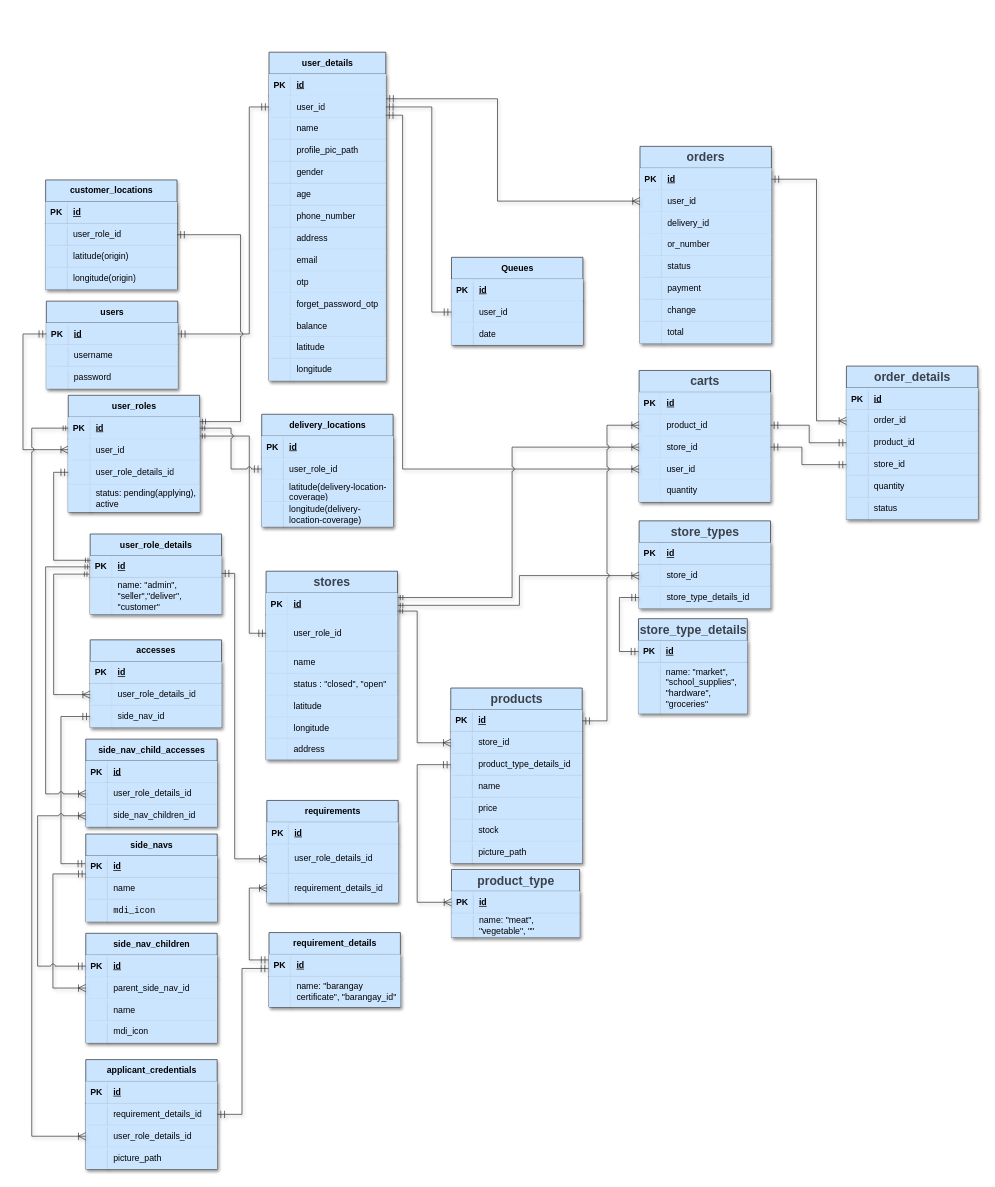
This is documentation/e-palengke-erd.drawio from DanerisMendoza/e-palengke-back, a draw.io file, before an edit. Source tidied: cells renumbered, new cells numbered last; positions are measured from the earlier drawing's top-left corner, leaving out a move shared by most shapes. Both pictures are drawn from the tidied source at 73%, with x=0, y=0 at pixel (23, 52).
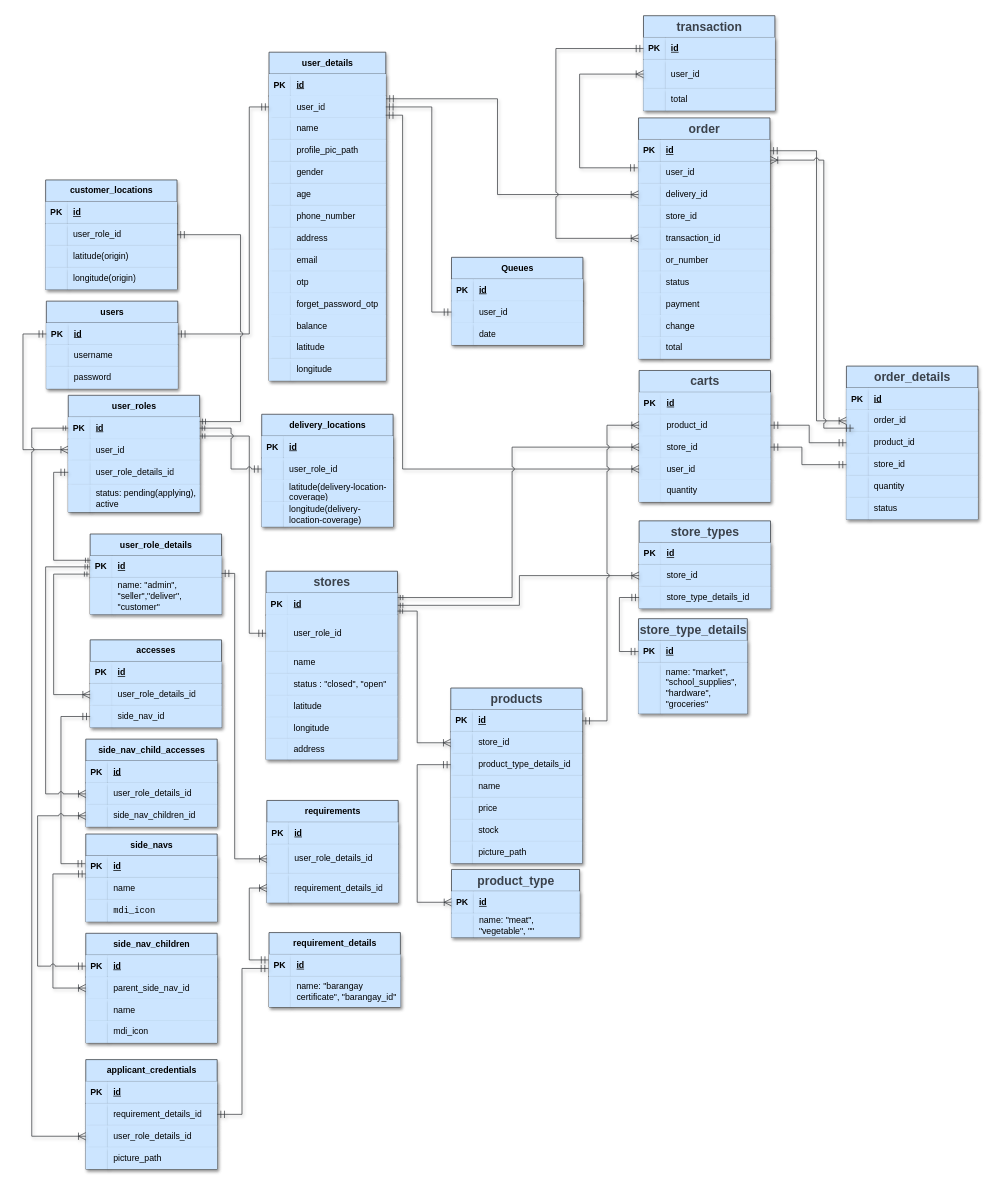
After the change.

Unchanged cells that the change refers to:
```xml
<mxCell id="136" style="shape=tableRow;horizontal=0;startSize=0;swimlaneHead=0;swimlaneBody=0;fillColor=#cce5ff;points=[[0,0.5],[1,0.5]];portConstraint=eastwest;top=0;left=0;right=0;bottom=0;shadow=1;strokeColor=#36393d;" parent="132" vertex="1">
  <mxGeometry y="60" width="160" height="30" as="geometry" />
</mxCell>
<mxCell id="260" style="shape=tableRow;horizontal=0;startSize=0;swimlaneHead=0;swimlaneBody=0;fillColor=#cce5ff;points=[[0,0.5],[1,0.5]];portConstraint=eastwest;top=0;left=0;right=0;bottom=1;shadow=1;strokeColor=#36393d;" parent="259" vertex="1">
  <mxGeometry y="30" width="180" height="30" as="geometry" />
</mxCell>
<mxCell id="263" style="shape=tableRow;horizontal=0;startSize=0;swimlaneHead=0;swimlaneBody=0;fillColor=#cce5ff;points=[[0,0.5],[1,0.5]];portConstraint=eastwest;top=0;left=0;right=0;bottom=0;shadow=1;strokeColor=#36393d;" parent="259" vertex="1">
  <mxGeometry y="60" width="180" height="30" as="geometry" />
</mxCell>
<mxCell id="266" style="shape=tableRow;horizontal=0;startSize=0;swimlaneHead=0;swimlaneBody=0;fillColor=#cce5ff;points=[[0,0.5],[1,0.5]];portConstraint=eastwest;top=0;left=0;right=0;bottom=0;shadow=1;strokeColor=#36393d;" parent="259" vertex="1">
  <mxGeometry y="90" width="180" height="30" as="geometry" />
</mxCell>
```

Diff of the diagram source:
```diff
@@
-    <mxCell id="259" value="&lt;font color=&quot;#3a414a&quot;&gt;&lt;span style=&quot;font-size: 16.6667px;&quot;&gt;orders&lt;/span&gt;&lt;/font&gt;" style="shape=table;startSize=30;childLayout=tableLayout;rowLines=0;fontStyle=1;align=center;html=1;shadow=1;fillColor=#cce5ff;strokeColor=#36393d;" parent="1" vertex="1">
-      <mxGeometry x="845.2" y="129" width="180" height="270" as="geometry" />
+    <mxCell id="259" value="&lt;font color=&quot;#3a414a&quot;&gt;&lt;span style=&quot;font-size: 16.6667px;&quot;&gt;order&lt;/span&gt;&lt;/font&gt;" style="shape=table;startSize=30;childLayout=tableLayout;rowLines=0;fontStyle=1;align=center;html=1;shadow=1;fillColor=#cce5ff;strokeColor=#36393d;" parent="1" vertex="1">
+      <mxGeometry x="843.2" y="90" width="180" height="330" as="geometry" />
     </mxCell>
@@
+    <mxCell id="339" style="shape=tableRow;horizontal=0;startSize=0;swimlaneHead=0;swimlaneBody=0;fillColor=#cce5ff;top=0;left=0;right=0;bottom=0;shadow=1;strokeColor=#36393d;" parent="259" vertex="1">
+      <mxGeometry y="120" width="180" height="30" as="geometry" />
+    </mxCell>
+    <mxCell id="340" style="shape=partialRectangle;fillColor=#cce5ff;top=0;left=0;bottom=0;right=0;overflow=hidden;whiteSpace=wrap;html=1;shadow=1;strokeColor=#36393d;" parent="339" vertex="1">
+      <mxGeometry width="30" height="30" as="geometry" />
+    </mxCell>
+    <mxCell id="341" value="store_id" style="shape=partialRectangle;fillColor=#cce5ff;top=0;left=0;bottom=0;right=0;align=left;spacingLeft=6;overflow=hidden;whiteSpace=wrap;html=1;shadow=1;strokeColor=#36393d;" parent="339" vertex="1">
+      <mxGeometry x="30" width="150" height="30" as="geometry" />
+    </mxCell>
+    <mxCell id="342" style="shape=tableRow;horizontal=0;startSize=0;swimlaneHead=0;swimlaneBody=0;fillColor=#cce5ff;top=0;left=0;right=0;bottom=0;shadow=1;strokeColor=#36393d;" parent="259" vertex="1">
+      <mxGeometry y="150" width="180" height="30" as="geometry" />
+    </mxCell>
+    <mxCell id="343" style="shape=partialRectangle;fillColor=#cce5ff;top=0;left=0;bottom=0;right=0;overflow=hidden;whiteSpace=wrap;html=1;shadow=1;strokeColor=#36393d;" parent="342" vertex="1">
+      <mxGeometry width="30" height="30" as="geometry" />
+    </mxCell>
+    <mxCell id="344" value="transaction_id" style="shape=partialRectangle;fillColor=#cce5ff;top=0;left=0;bottom=0;right=0;align=left;spacingLeft=6;overflow=hidden;whiteSpace=wrap;html=1;shadow=1;strokeColor=#36393d;" parent="342" vertex="1">
+      <mxGeometry x="30" width="150" height="30" as="geometry" />
+    </mxCell>
     <mxCell id="269" style="shape=tableRow;horizontal=0;startSize=0;swimlaneHead=0;swimlaneBody=0;fillColor=#cce5ff;top=0;left=0;right=0;bottom=0;shadow=1;strokeColor=#36393d;" parent="259" vertex="1">
-      <mxGeometry y="120" width="180" height="30" as="geometry" />
+      <mxGeometry y="180" width="180" height="30" as="geometry" />
     </mxCell>
@@
     <mxCell id="272" style="shape=tableRow;horizontal=0;startSize=0;swimlaneHead=0;swimlaneBody=0;fillColor=#cce5ff;top=0;left=0;right=0;bottom=0;shadow=1;strokeColor=#36393d;" parent="259" vertex="1">
-      <mxGeometry y="150" width="180" height="30" as="geometry" />
+      <mxGeometry y="210" width="180" height="30" as="geometry" />
     </mxCell>
@@
     <mxCell id="275" style="shape=tableRow;horizontal=0;startSize=0;swimlaneHead=0;swimlaneBody=0;fillColor=#cce5ff;top=0;left=0;right=0;bottom=0;shadow=1;strokeColor=#36393d;" parent="259" vertex="1">
-      <mxGeometry y="180" width="180" height="30" as="geometry" />
+      <mxGeometry y="240" width="180" height="30" as="geometry" />
     </mxCell>
@@
     <mxCell id="278" style="shape=tableRow;horizontal=0;startSize=0;swimlaneHead=0;swimlaneBody=0;fillColor=#cce5ff;top=0;left=0;right=0;bottom=0;shadow=1;strokeColor=#36393d;" parent="259" vertex="1">
-      <mxGeometry y="210" width="180" height="30" as="geometry" />
+      <mxGeometry y="270" width="180" height="30" as="geometry" />
     </mxCell>
@@
     <mxCell id="281" style="shape=tableRow;horizontal=0;startSize=0;swimlaneHead=0;swimlaneBody=0;fillColor=#cce5ff;top=0;left=0;right=0;bottom=0;shadow=1;strokeColor=#36393d;" parent="259" vertex="1">
-      <mxGeometry y="240" width="180" height="30" as="geometry" />
+      <mxGeometry y="300" width="180" height="30" as="geometry" />
     </mxCell>
@@
-    <mxCell id="286" style="fontSize=12;html=1;endArrow=ERoneToMany;startArrow=ERmandOne;rounded=0;startSize=8;endSize=8;exitX=1.002;exitY=0.127;exitDx=0;exitDy=0;endFill=0;edgeStyle=elbowEdgeStyle;exitPerimeter=0;entryX=0;entryY=0.5;entryDx=0;entryDy=0;shadow=1;fillColor=#cce5ff;strokeColor=#36393d;" parent="1" edge="1" source="136" target="263">
+    <mxCell id="286" style="fontSize=12;html=1;endArrow=ERoneToMany;startArrow=ERmandOne;rounded=0;startSize=8;endSize=8;exitX=1.002;exitY=0.127;exitDx=0;exitDy=0;endFill=0;edgeStyle=elbowEdgeStyle;exitPerimeter=0;entryX=0;entryY=0.5;entryDx=0;entryDy=0;shadow=1;fillColor=#cce5ff;strokeColor=#36393d;" parent="1" edge="1" source="136" target="266">
       <mxGeometry relative="1" as="geometry">
         <Array as="points">
           <mxPoint x="650" y="90" />
         </Array>
       </mxGeometry>
     </mxCell>
@@
+    <mxCell id="345" value="&lt;font color=&quot;#3a414a&quot;&gt;&lt;span style=&quot;font-size: 16.6667px;&quot;&gt;transaction&lt;/span&gt;&lt;/font&gt;" style="shape=table;startSize=30;childLayout=tableLayout;rowLines=0;fontStyle=1;align=center;html=1;shadow=1;fillColor=#cce5ff;strokeColor=#36393d;" parent="1" vertex="1">
+      <mxGeometry x="850" y="-50" width="180" height="130" as="geometry" />
+    </mxCell>
+    <mxCell id="346" style="shape=tableRow;horizontal=0;startSize=0;swimlaneHead=0;swimlaneBody=0;fillColor=#cce5ff;points=[[0,0.5],[1,0.5]];portConstraint=eastwest;top=0;left=0;right=0;bottom=1;shadow=1;strokeColor=#36393d;" parent="345" vertex="1">
+      <mxGeometry y="30" width="180" height="30" as="geometry" />
+    </mxCell>
+    <mxCell id="347" value="PK" style="shape=partialRectangle;fillColor=#cce5ff;top=0;left=0;bottom=0;right=0;fontStyle=1;overflow=hidden;whiteSpace=wrap;html=1;shadow=1;strokeColor=#36393d;" parent="346" vertex="1">
+      <mxGeometry width="30" height="30" as="geometry" />
+    </mxCell>
+    <mxCell id="348" value="id&lt;span data-lucid-content=&quot;{&amp;quot;t&amp;quot;:&amp;quot;id&amp;quot;,&amp;quot;m&amp;quot;:[{&amp;quot;s&amp;quot;:0,&amp;quot;n&amp;quot;:&amp;quot;c&amp;quot;,&amp;quot;v&amp;quot;:&amp;quot;3a414aff&amp;quot;,&amp;quot;e&amp;quot;:2},{&amp;quot;s&amp;quot;:0,&amp;quot;n&amp;quot;:&amp;quot;s&amp;quot;,&amp;quot;v&amp;quot;:22.22222222222222,&amp;quot;e&amp;quot;:2}]}&quot;&gt;&lt;/span&gt;&lt;span data-lucid-content=&quot;{&amp;quot;t&amp;quot;:&amp;quot;id&amp;quot;,&amp;quot;m&amp;quot;:[{&amp;quot;s&amp;quot;:0,&amp;quot;n&amp;quot;:&amp;quot;c&amp;quot;,&amp;quot;v&amp;quot;:&amp;quot;3a414aff&amp;quot;,&amp;quot;e&amp;quot;:2},{&amp;quot;s&amp;quot;:0,&amp;quot;n&amp;quot;:&amp;quot;s&amp;quot;,&amp;quot;v&amp;quot;:22.22222222222222,&amp;quot;e&amp;quot;:2}]}&quot;&gt;&lt;/span&gt;&lt;span data-lucid-content=&quot;{&amp;quot;t&amp;quot;:&amp;quot;id&amp;quot;,&amp;quot;m&amp;quot;:[{&amp;quot;s&amp;quot;:0,&amp;quot;n&amp;quot;:&amp;quot;c&amp;quot;,&amp;quot;v&amp;quot;:&amp;quot;3a414aff&amp;quot;,&amp;quot;e&amp;quot;:2},{&amp;quot;s&amp;quot;:0,&amp;quot;n&amp;quot;:&amp;quot;s&amp;quot;,&amp;quot;v&amp;quot;:22.22222222222222,&amp;quot;e&amp;quot;:2}]}&quot;&gt;&lt;/span&gt;&lt;span data-lucid-content=&quot;{&amp;quot;t&amp;quot;:&amp;quot;id&amp;quot;,&amp;quot;m&amp;quot;:[{&amp;quot;s&amp;quot;:0,&amp;quot;n&amp;quot;:&amp;quot;c&amp;quot;,&amp;quot;v&amp;quot;:&amp;quot;3a414aff&amp;quot;,&amp;quot;e&amp;quot;:2},{&amp;quot;s&amp;quot;:0,&amp;quot;n&amp;quot;:&amp;quot;s&amp;quot;,&amp;quot;v&amp;quot;:22.22222222222222,&amp;quot;e&amp;quot;:2}]}&quot;&gt;&lt;/span&gt;&lt;span data-lucid-content=&quot;{&amp;quot;t&amp;quot;:&amp;quot;id&amp;quot;,&amp;quot;m&amp;quot;:[{&amp;quot;s&amp;quot;:0,&amp;quot;n&amp;quot;:&amp;quot;c&amp;quot;,&amp;quot;v&amp;quot;:&amp;quot;3a414aff&amp;quot;,&amp;quot;e&amp;quot;:2},{&amp;quot;s&amp;quot;:0,&amp;quot;n&amp;quot;:&amp;quot;s&amp;quot;,&amp;quot;v&amp;quot;:22.22222222222222,&amp;quot;e&amp;quot;:2}]}&quot;&gt;&lt;/span&gt;" style="shape=partialRectangle;fillColor=#cce5ff;top=0;left=0;bottom=0;right=0;align=left;spacingLeft=6;fontStyle=5;overflow=hidden;whiteSpace=wrap;html=1;shadow=1;strokeColor=#36393d;" parent="346" vertex="1">
+      <mxGeometry x="30" width="150" height="30" as="geometry" />
+    </mxCell>
+    <mxCell id="349" style="shape=tableRow;horizontal=0;startSize=0;swimlaneHead=0;swimlaneBody=0;fillColor=#cce5ff;points=[[0,0.5],[1,0.5]];portConstraint=eastwest;top=0;left=0;right=0;bottom=0;shadow=1;strokeColor=#36393d;" parent="345" vertex="1">
+      <mxGeometry y="60" width="180" height="40" as="geometry" />
+    </mxCell>
+    <mxCell id="350" style="shape=partialRectangle;fillColor=#cce5ff;top=0;left=0;bottom=0;right=0;overflow=hidden;whiteSpace=wrap;html=1;shadow=1;strokeColor=#36393d;" parent="349" vertex="1">
+      <mxGeometry width="30" height="40" as="geometry" />
+    </mxCell>
+    <mxCell id="351" value="user_id" style="shape=partialRectangle;fillColor=#cce5ff;top=0;left=0;bottom=0;right=0;align=left;spacingLeft=6;overflow=hidden;whiteSpace=wrap;html=1;shadow=1;strokeColor=#36393d;" parent="349" vertex="1">
+      <mxGeometry x="30" width="150" height="40" as="geometry" />
+    </mxCell>
+    <mxCell id="352" style="shape=tableRow;horizontal=0;startSize=0;swimlaneHead=0;swimlaneBody=0;fillColor=#cce5ff;top=0;left=0;right=0;bottom=0;shadow=1;strokeColor=#36393d;" parent="345" vertex="1">
+      <mxGeometry y="100" width="180" height="30" as="geometry" />
+    </mxCell>
+    <mxCell id="353" style="shape=partialRectangle;fillColor=#cce5ff;top=0;left=0;bottom=0;right=0;overflow=hidden;whiteSpace=wrap;html=1;shadow=1;strokeColor=#36393d;" parent="352" vertex="1">
+      <mxGeometry width="30" height="30" as="geometry" />
+    </mxCell>
+    <mxCell id="354" value="total&amp;nbsp;" style="shape=partialRectangle;fillColor=#cce5ff;top=0;left=0;bottom=0;right=0;align=left;spacingLeft=6;overflow=hidden;whiteSpace=wrap;html=1;shadow=1;strokeColor=#36393d;" parent="352" vertex="1">
+      <mxGeometry x="30" width="150" height="30" as="geometry" />
+    </mxCell>
+    <mxCell id="355" style="fontSize=12;html=1;endArrow=ERoneToMany;startArrow=ERmandOne;rounded=0;startSize=8;endSize=8;endFill=0;jumpStyle=arc;entryX=1.004;entryY=0.929;entryDx=0;entryDy=0;exitX=1;exitY=0.5;exitDx=0;exitDy=0;edgeStyle=elbowEdgeStyle;shadow=1;fillColor=#cce5ff;strokeColor=#36393d;entryPerimeter=0;" parent="1" edge="1" target="260">
+      <mxGeometry relative="1" as="geometry">
+        <mxPoint x="1138" y="515" as="sourcePoint" />
+        <Array as="points">
+          <mxPoint x="1097" y="363" />
+        </Array>
+      </mxGeometry>
+    </mxCell>
+    <mxCell id="356" style="fontSize=12;html=1;endArrow=ERoneToMany;startArrow=ERmandOne;rounded=0;startSize=8;endSize=8;endFill=0;jumpStyle=arc;entryX=0;entryY=0.5;entryDx=0;entryDy=0;edgeStyle=elbowEdgeStyle;shadow=1;fillColor=#cce5ff;strokeColor=#36393d;exitX=-0.005;exitY=0.28;exitDx=0;exitDy=0;exitPerimeter=0;" parent="1" edge="1" source="263" target="349">
+      <mxGeometry relative="1" as="geometry">
+        <Array as="points">
+          <mxPoint x="762.5" y="418" />
+        </Array>
+      </mxGeometry>
+    </mxCell>
+    <mxCell id="357" style="fontSize=12;html=1;endArrow=ERoneToMany;startArrow=ERmandOne;rounded=0;startSize=8;endSize=8;endFill=0;jumpStyle=arc;entryX=0;entryY=0.5;entryDx=0;entryDy=0;edgeStyle=elbowEdgeStyle;shadow=1;fillColor=#cce5ff;strokeColor=#36393d;exitX=0;exitY=0.5;exitDx=0;exitDy=0;" parent="1" edge="1" source="346" target="259">
+      <mxGeometry relative="1" as="geometry">
+        <Array as="points">
+          <mxPoint x="730" y="120" />
+        </Array>
+      </mxGeometry>
+    </mxCell>
```
